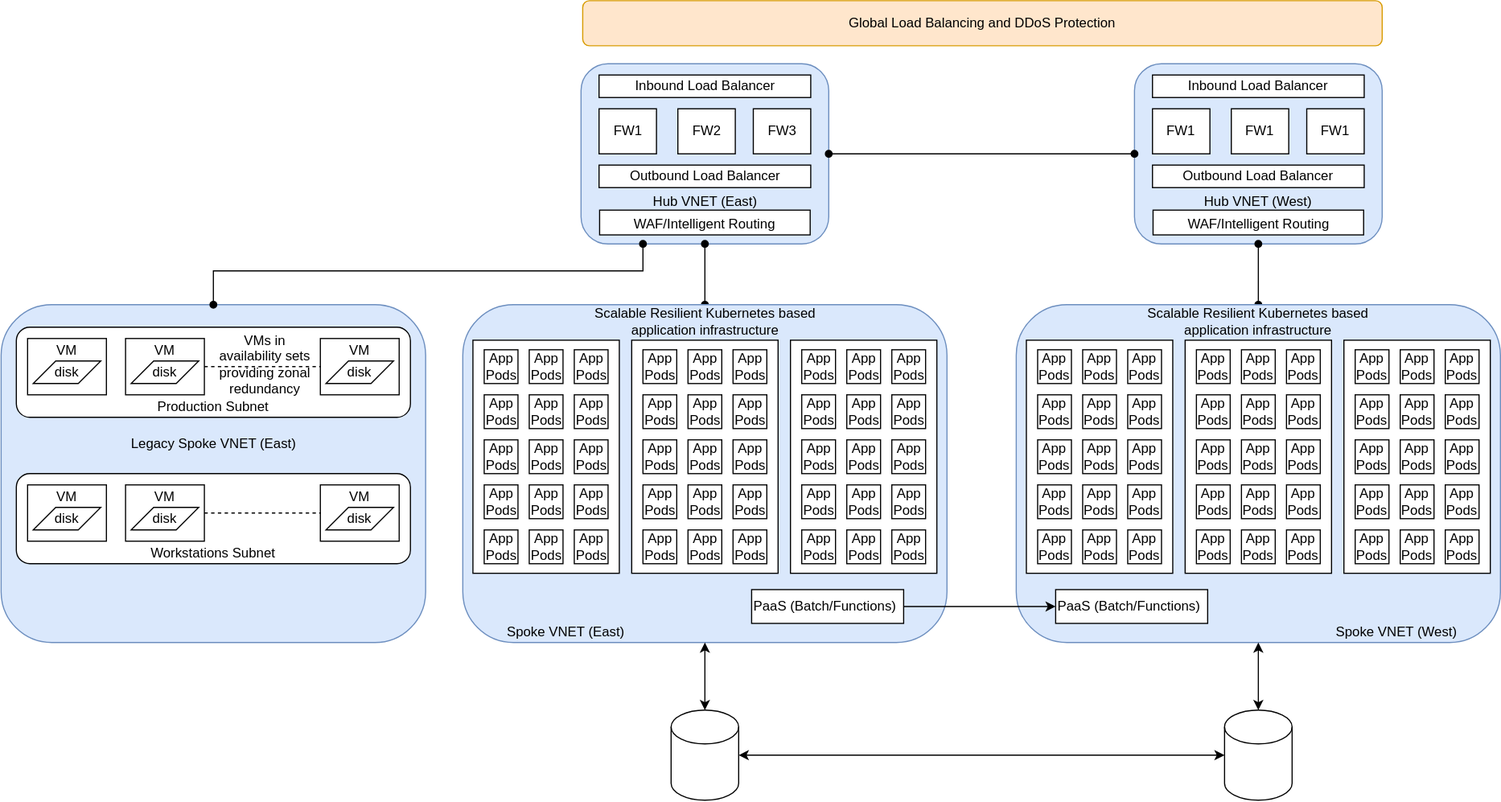
Above: dr/futurestate.svg in vjavle/invoicecloud (draw.io), before the change. Source tidied: cells renumbered, new cells last; positions are measured from the earlier drawing's top-left corner, leaving out a move shared by most shapes.
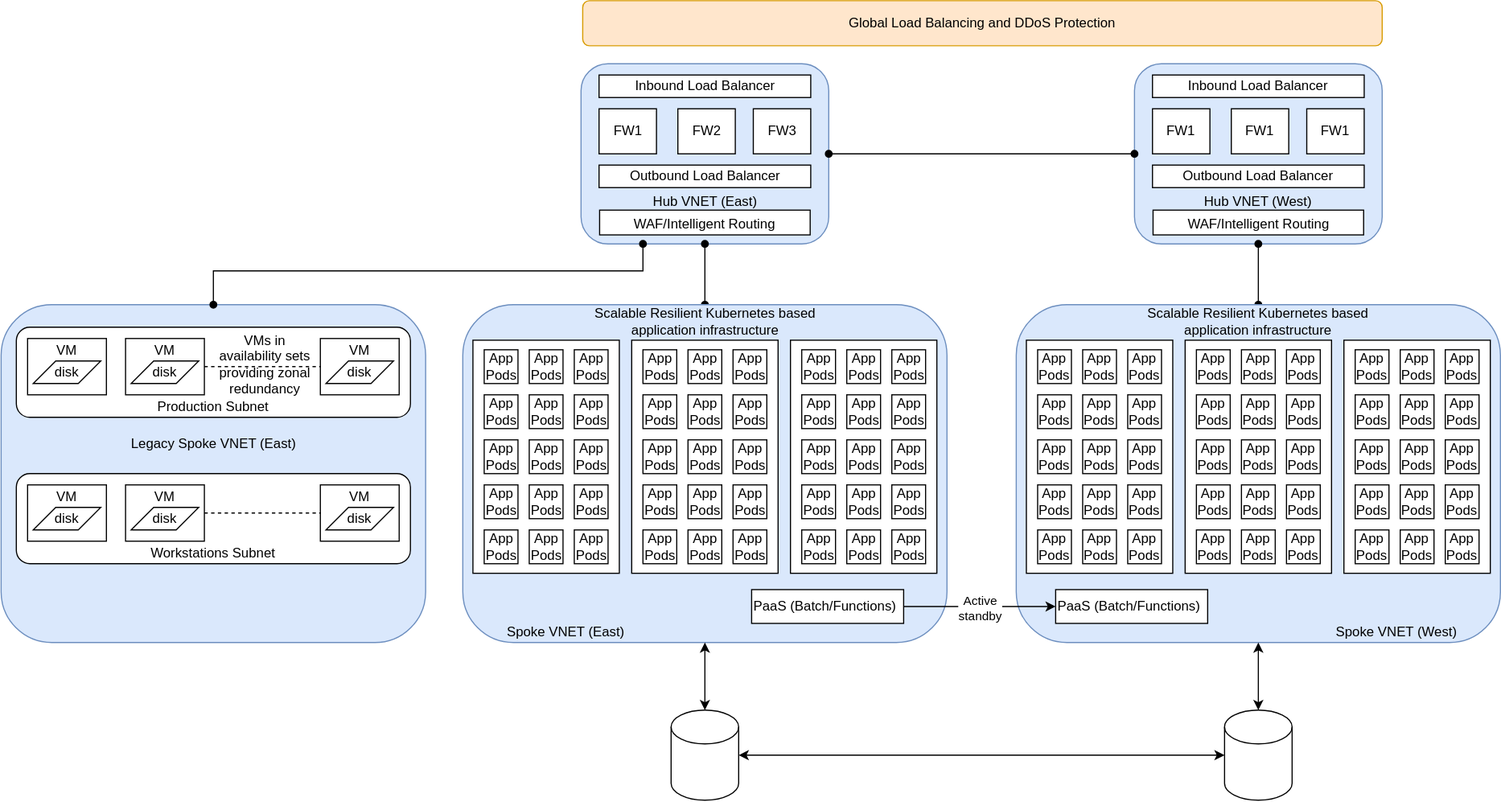
After the change.

The edit, as a diff of the source:
```diff
@@ -521,6 +521,11 @@
     <mxCell id="172" style="edgeStyle=orthogonalEdgeStyle;rounded=0;jettySize=auto;html=1;entryX=0;entryY=0.5;entryDx=0;entryDy=0;startArrow=none;startFill=0;endArrow=classic;endFill=1;" parent="1" edge="1" source="173" target="165">
       <mxGeometry relative="1" as="geometry" />
     </mxCell>
+    <mxCell id="174" value="Active&lt;br&gt;standby" style="edgeLabel;html=1;align=center;verticalAlign=middle;" parent="172" vertex="1">
+      <mxGeometry x="-0.25" y="-2" relative="1" as="geometry">
+        <mxPoint x="17" as="offset" />
+      </mxGeometry>
+    </mxCell>
     <mxCell id="173" value="PaaS (Batch/Functions)" style="rounded=0;whiteSpace=wrap;html=1;align=left;verticalAlign=middle;" parent="1" vertex="1">
       <mxGeometry x="666" y="523" width="135" height="30" as="geometry" />
     </mxCell>
```
